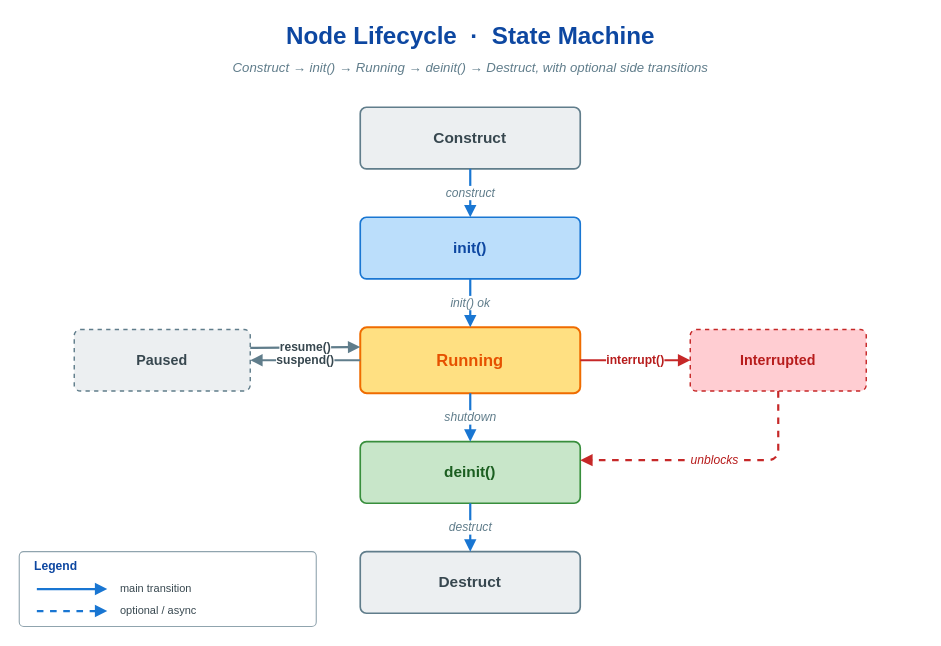
Before: doc/images/foreword-node-lifecycle.drawio in thun-res/vlink, a draw.io diagram. Source tidied: cells renumbered, new cells numbered last; positions are measured from the earlier drawing's top-left corner, leaving out a move shared by most shapes. Both pictures are drawn from the tidied source at 110%, with x=0, y=0 at pixel (19, 19).
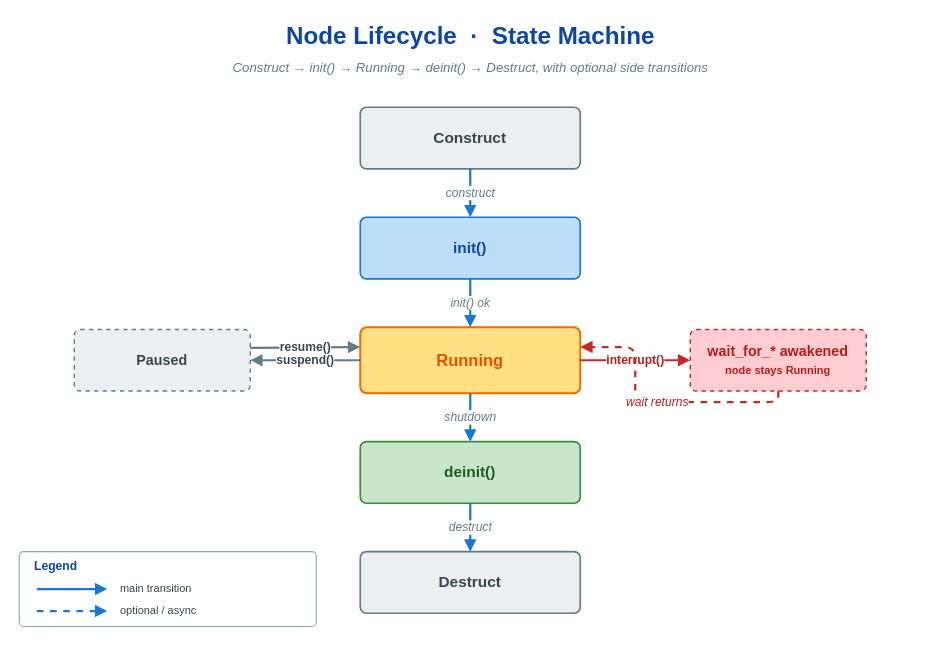
The same diagram, later.

The change refers to these unchanged cells:
```xml
<mxCell id="6" value="Running" style="rounded=1;whiteSpace=wrap;html=1;fillColor=#ffe082;strokeColor=#ef6c00;strokeWidth=1.8;fontFamily=Helvetica;fontSize=15;fontStyle=1;fontColor=#e65100;shadow=0;arcSize=10;" parent="1" vertex="1">
  <mxGeometry x="310" y="280" width="200" height="60" as="geometry" />
</mxCell>
<mxCell id="7" value="deinit()" style="rounded=1;whiteSpace=wrap;html=1;fillColor=#c8e6c9;strokeColor=#388e3c;strokeWidth=1.5;fontFamily=Helvetica;fontSize=14;fontStyle=1;fontColor=#1b5e20;shadow=0;arcSize=10;" parent="1" vertex="1">
  <mxGeometry x="310" y="384" width="200" height="56" as="geometry" />
</mxCell>
```

Diff of the diagram source:
```diff
@@
-    <mxCell id="10" value="Interrupted" style="rounded=1;whiteSpace=wrap;html=1;fillColor=#ffcdd2;strokeColor=#c62828;strokeWidth=1.3;fontFamily=Helvetica;fontSize=13;fontStyle=1;fontColor=#b71c1c;shadow=0;arcSize=10;dashed=1;" parent="1" vertex="1">
+    <mxCell id="10" value="wait_for_* awakened&lt;br/&gt;&lt;span style=&quot;font-size:10px&quot;&gt;node stays Running&lt;/span&gt;" style="rounded=1;whiteSpace=wrap;html=1;fillColor=#ffcdd2;strokeColor=#c62828;strokeWidth=1.3;fontFamily=Helvetica;fontSize=13;fontStyle=1;fontColor=#b71c1c;shadow=0;arcSize=10;dashed=1;" parent="1" vertex="1">
       <mxGeometry x="610" y="282" width="160" height="56" as="geometry" />
     </mxCell>
@@
-    <mxCell id="18" value="unblocks" style="endArrow=block;endFill=1;html=1;strokeWidth=2;strokeColor=#c62828;fontFamily=Helvetica;fontSize=11;fontStyle=2;fontColor=#b71c1c;labelBackgroundColor=#ffffff;dashed=1;edgeStyle=orthogonalEdgeStyle;rounded=1;exitX=0.5;exitY=1;entryX=1;entryY=0.3;" parent="1" edge="1" source="10" target="7">
+    <mxCell id="18" value="wait returns" style="endArrow=block;endFill=1;html=1;strokeWidth=2;strokeColor=#c62828;fontFamily=Helvetica;fontSize=11;fontStyle=2;fontColor=#b71c1c;labelBackgroundColor=#ffffff;dashed=1;edgeStyle=orthogonalEdgeStyle;rounded=1;exitX=0.5;exitY=1;entryX=1;entryY=0.3;" parent="1" edge="1" source="10" target="6">
       <mxGeometry relative="1" as="geometry" />
     </mxCell>
```
